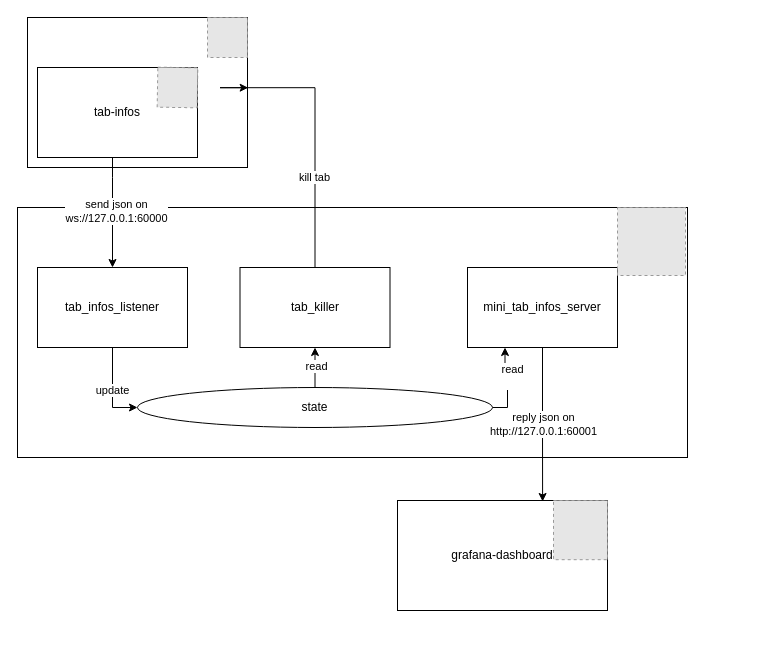
The draw.io diagram assets/architecture.drawio in cpprust/tab-memory-manager, before the edit. Source tidied: cells renumbered, new cells numbered last; positions are measured from the earlier drawing's top-left corner, leaving out a move shared by most shapes. Both pictures are drawn from the tidied source at 100%, with x=0, y=0 at pixel (17, 17). Pictures stored in the file or linked from it are replaced by grey dashed boxes.
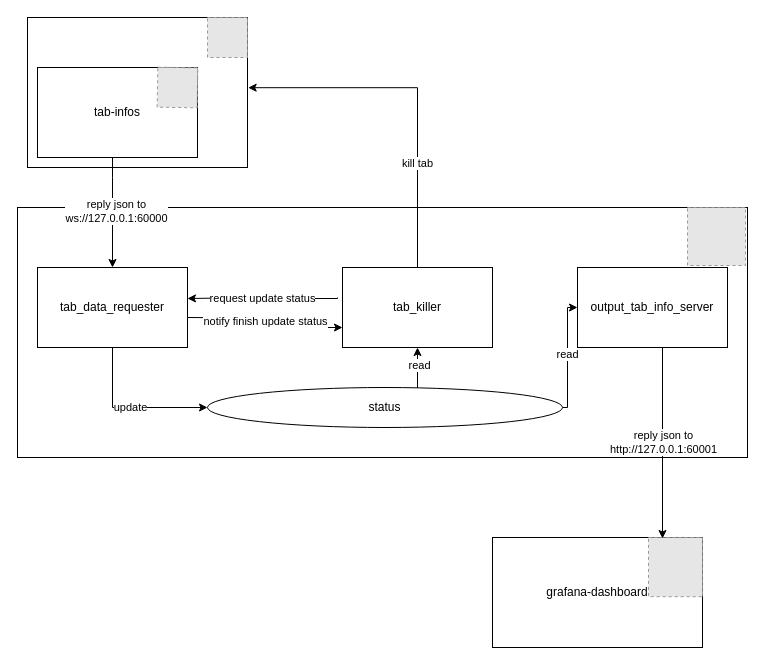
The same page after the edit.

Commit message (it also covers changes not shown here):
Change extension to listen to request and send data

The change refers to these unchanged cells:
```xml
<mxCell id="7" style="rounded=0;whiteSpace=wrap;html=1;align=center;" parent="1" vertex="1">
  <mxGeometry x="10" width="220" height="150" as="geometry" />
</mxCell>
<mxCell id="8" style="edgeStyle=orthogonalEdgeStyle;rounded=0;jettySize=auto;html=1;" parent="1" edge="1" source="10" target="4">
  <mxGeometry relative="1" as="geometry">
    <Array as="points">
      <mxPoint x="95" y="160" />
      <mxPoint x="95" y="160" />
    </Array>
  </mxGeometry>
</mxCell>
```

Change to the diagram source:
```diff
@@
     <mxCell id="2" style="rounded=0;whiteSpace=wrap;html=1;" parent="1" vertex="1">
-      <mxGeometry y="190" width="670" height="250" as="geometry" />
+      <mxGeometry y="190" width="730" height="250" as="geometry" />
     </mxCell>
@@
-    <mxCell id="4" value="tab_infos_listener" style="rounded=0;whiteSpace=wrap;html=1;" parent="1" vertex="1">
+    <mxCell id="4" value="tab_data_requester" style="rounded=0;whiteSpace=wrap;html=1;" parent="1" vertex="1">
       <mxGeometry x="20" y="250" width="150" height="80" as="geometry" />
     </mxCell>
+    <mxCell id="25" value="request update status" style="edgeStyle=orthogonalEdgeStyle;rounded=0;orthogonalLoop=1;jettySize=auto;html=1;" parent="1" edge="1">
+      <mxGeometry relative="1" as="geometry">
+        <mxPoint x="320" y="280" as="sourcePoint" />
+        <mxPoint x="170" y="281" as="targetPoint" />
+        <Array as="points">
+          <mxPoint x="320" y="281" />
+          <mxPoint x="245" y="281" />
+          <mxPoint x="245" y="280" />
+        </Array>
+      </mxGeometry>
+    </mxCell>
     <mxCell id="5" value="tab_killer" style="rounded=0;whiteSpace=wrap;html=1;" parent="1" vertex="1">
-      <mxGeometry x="222.5" y="250" width="150" height="80" as="geometry" />
+      <mxGeometry x="325" y="250" width="150" height="80" as="geometry" />
     </mxCell>
-    <mxCell id="6" value="&lt;div&gt;mini_tab_infos_server&lt;/div&gt;" style="rounded=0;whiteSpace=wrap;html=1;" parent="1" vertex="1">
-      <mxGeometry x="450" y="250" width="150" height="80" as="geometry" />
+    <mxCell id="6" value="&lt;div&gt;output_tab_info_server&lt;/div&gt;" style="rounded=0;whiteSpace=wrap;html=1;" parent="1" vertex="1">
+      <mxGeometry x="560" y="250" width="150" height="80" as="geometry" />
     </mxCell>
@@
-    <mxCell id="9" value="send json on&lt;br&gt;ws://127.0.0.1:60000" style="edgeLabel;html=1;align=center;verticalAlign=middle;" parent="8" vertex="1">
+    <mxCell id="9" value="reply json to&lt;div&gt;ws://127.0.0.1:60000&lt;/div&gt;" style="edgeLabel;html=1;align=center;verticalAlign=middle;" parent="8" vertex="1">
       <mxGeometry x="-0.04" y="3" relative="1" as="geometry" />
     </mxCell>
@@
     <mxCell id="13" style="edgeStyle=orthogonalEdgeStyle;rounded=0;jettySize=auto;html=1;" parent="1" edge="1" source="17" target="5">
-      <mxGeometry relative="1" as="geometry" />
+      <mxGeometry relative="1" as="geometry">
+        <Array as="points">
+          <mxPoint x="400" y="350" />
+          <mxPoint x="400" y="350" />
+        </Array>
+      </mxGeometry>
     </mxCell>
@@
-    <mxCell id="15" style="edgeStyle=orthogonalEdgeStyle;rounded=0;jettySize=auto;html=1;exitX=1;exitY=0.5;exitDx=0;exitDy=0;entryX=0.25;entryY=1;entryDx=0;entryDy=0;" parent="1" edge="1" source="17" target="6">
-      <mxGeometry relative="1" as="geometry">
-        <Array as="points">
-          <mxPoint x="490" y="390" />
-          <mxPoint x="490" y="350" />
-          <mxPoint x="487" y="350" />
-        </Array>
-      </mxGeometry>
-    </mxCell>
-    <mxCell id="16" value="&lt;div&gt;read&lt;/div&gt;&lt;div&gt;&lt;br&gt;&lt;/div&gt;" style="edgeLabel;html=1;align=center;verticalAlign=middle;" parent="15" vertex="1">
-      <mxGeometry x="0.21" y="-4" relative="1" as="geometry" />
+    <mxCell id="16" value="read" style="edgeStyle=orthogonalEdgeStyle;rounded=0;jettySize=auto;html=1;exitX=1;exitY=0.5;exitDx=0;exitDy=0;entryX=0;entryY=0.5;entryDx=0;entryDy=0;" parent="1" edge="1" source="17" target="6">
+      <mxGeometry relative="1" as="geometry">
+        <Array as="points">
+          <mxPoint x="550" y="390" />
+          <mxPoint x="550" y="290" />
+        </Array>
+      </mxGeometry>
     </mxCell>
-    <mxCell id="17" value="state" style="ellipse;whiteSpace=wrap;html=1;" parent="1" vertex="1">
-      <mxGeometry x="120" y="370" width="355" height="40" as="geometry" />
+    <mxCell id="17" value="status" style="ellipse;whiteSpace=wrap;html=1;" parent="1" vertex="1">
+      <mxGeometry x="190" y="370" width="355" height="40" as="geometry" />
     </mxCell>
     <mxCell id="18" style="edgeStyle=orthogonalEdgeStyle;rounded=0;jettySize=auto;html=1;entryX=1.003;entryY=0.468;entryDx=0;entryDy=0;entryPerimeter=0;" parent="1" edge="1" source="5" target="7">
-      <mxGeometry relative="1" as="geometry" />
+      <mxGeometry relative="1" as="geometry">
+        <Array as="points">
+          <mxPoint x="400" y="70" />
+        </Array>
+      </mxGeometry>
     </mxCell>
@@
     <mxCell id="20" value="&lt;div&gt;grafana-dashboard&lt;/div&gt;" style="rounded=0;whiteSpace=wrap;html=1;" parent="1" vertex="1">
-      <mxGeometry x="380" y="483" width="210" height="110" as="geometry" />
+      <mxGeometry x="475" y="520" width="210" height="110" as="geometry" />
     </mxCell>
     <mxCell id="21" style="fillColor=#E6E6E6;strokeColor=#999999;dashed=1;verticalLabelPosition=bottom;labelBackgroundColor=default;verticalAlign=top;" parent="1" vertex="1">
-      <mxGeometry x="536" y="483" width="54" height="59.2" as="geometry" />
+      <mxGeometry x="631" y="520" width="54" height="59.2" as="geometry" />
     </mxCell>
-    <mxCell id="22" style="edgeStyle=orthogonalEdgeStyle;rounded=0;jettySize=auto;html=1;entryX=0.691;entryY=0.009;entryDx=0;entryDy=0;entryPerimeter=0;" parent="1" edge="1" source="6" target="20">
-      <mxGeometry relative="1" as="geometry" />
+    <mxCell id="22" style="edgeStyle=orthogonalEdgeStyle;rounded=0;jettySize=auto;html=1;" parent="1" edge="1" source="6">
+      <mxGeometry relative="1" as="geometry">
+        <mxPoint x="645" y="521" as="targetPoint" />
+        <Array as="points">
+          <mxPoint x="645" y="521" />
+        </Array>
+      </mxGeometry>
     </mxCell>
-    <mxCell id="23" value="reply json on&lt;br&gt;http://127.0.0.1:60001" style="edgeLabel;html=1;align=center;verticalAlign=middle;" parent="22" vertex="1">
+    <mxCell id="23" value="reply json to&lt;br&gt;http://127.0.0.1:60001" style="edgeLabel;html=1;align=center;verticalAlign=middle;" parent="22" vertex="1">
       <mxGeometry x="-0.02" relative="1" as="geometry" />
     </mxCell>
     <mxCell id="24" style="fillColor=#E6E6E6;strokeColor=#999999;dashed=1;verticalLabelPosition=bottom;labelBackgroundColor=default;verticalAlign=top;" parent="1" vertex="1">
-      <mxGeometry x="600" y="190" width="68" height="68" as="geometry" />
+      <mxGeometry x="670" y="190" width="58" height="58" as="geometry" />
     </mxCell>
+    <mxCell id="26" value="notify finish update status" style="edgeStyle=orthogonalEdgeStyle;rounded=0;jettySize=auto;html=1;exitX=1;exitY=0.75;exitDx=0;exitDy=0;entryX=0;entryY=0.75;entryDx=0;entryDy=0;" parent="1" edge="1" target="5">
+      <mxGeometry relative="1" as="geometry">
+        <mxPoint x="170" y="300" as="sourcePoint" />
+      </mxGeometry>
+    </mxCell>
```
